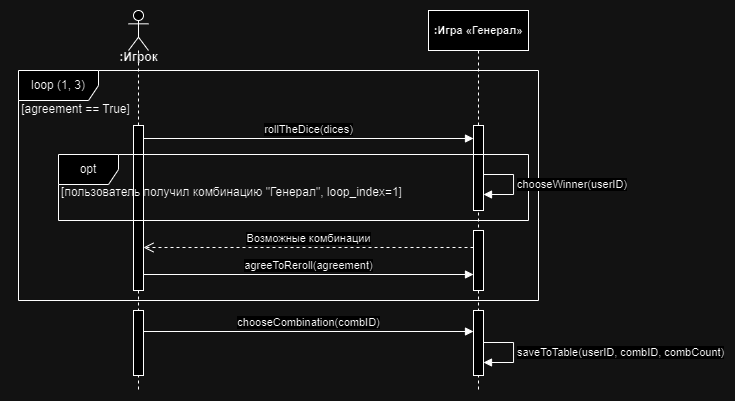
Before: images/lab3.p1.png, a diagram exported from draw.io (Katya-tch/RTIPPO). Source tidied: cells renumbered, new cells last; positions are measured from the earlier drawing's top-left corner, leaving out a move shared by most shapes.
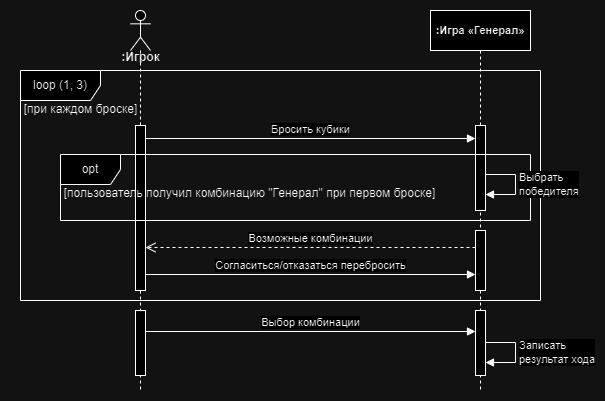
After the change.

The edit, as a diff of the source:
```diff
@@ -20,7 +20,7 @@
     <mxCell id="7" style="html=1;perimeter=orthogonalPerimeter;targetShapes=umlLifeline;newEdgeStyle={&quot;curved&quot;:0,&quot;rounded&quot;:0};" parent="5" vertex="1">
       <mxGeometry x="45" y="300" width="10" height="65" as="geometry" />
     </mxCell>
-    <mxCell id="8" value="saveToTable(userID, combID, combCount)" style="html=1;align=left;spacingLeft=2;endArrow=block;rounded=0;edgeStyle=orthogonalEdgeStyle;curved=0;rounded=0;" parent="5" edge="1">
+    <mxCell id="8" value="Записать&lt;br&gt;результат хода" style="html=1;align=left;spacingLeft=2;endArrow=block;rounded=0;edgeStyle=orthogonalEdgeStyle;curved=0;rounded=0;" parent="5" edge="1">
       <mxGeometry relative="1" as="geometry">
         <mxPoint x="55" y="332" as="sourcePoint" />
         <mxPoint x="55" y="352" as="targetPoint" />
@@ -30,7 +30,7 @@
         </Array>
       </mxGeometry>
     </mxCell>
-    <mxCell id="9" value="&lt;div&gt;rollTheDice(dices)&lt;/div&gt;" style="html=1;verticalAlign=bottom;endArrow=block;curved=0;rounded=0;" parent="1" edge="1">
+    <mxCell id="9" value="&lt;div&gt;Бросить кубики&lt;/div&gt;" style="html=1;verticalAlign=bottom;endArrow=block;curved=0;rounded=0;" parent="1" edge="1">
       <mxGeometry relative="1" as="geometry">
         <mxPoint x="133" y="128" as="sourcePoint" />
         <mxPoint x="463" y="128" as="targetPoint" />
@@ -45,7 +45,7 @@
         <mxPoint x="133" y="237" as="targetPoint" />
       </mxGeometry>
     </mxCell>
-    <mxCell id="12" value="&lt;div&gt;chooseCombination(combID)&lt;/div&gt;" style="html=1;verticalAlign=bottom;endArrow=block;curved=0;rounded=0;" parent="1" edge="1">
+    <mxCell id="12" value="&lt;div&gt;Выбор комбинации&lt;/div&gt;" style="html=1;verticalAlign=bottom;endArrow=block;curved=0;rounded=0;" parent="1" edge="1">
       <mxGeometry relative="1" as="geometry">
         <mxPoint x="133" y="321" as="sourcePoint" />
         <mxPoint x="463" y="321" as="targetPoint" />
@@ -57,10 +57,10 @@
     <mxCell id="14" value="opt" style="shape=umlFrame;whiteSpace=wrap;html=1;" parent="1" vertex="1">
       <mxGeometry x="48" y="144" width="470" height="66" as="geometry" />
     </mxCell>
-    <mxCell id="15" value="[пользователь получил комбинацию &quot;Генерал&quot;, loop_index=1]" style="text;html=1;align=center;verticalAlign=middle;strokeColor=none;fillColor=none;" parent="1" vertex="1">
-      <mxGeometry x="41" y="167" width="360" height="30" as="geometry" />
+    <mxCell id="15" value="[пользователь получил комбинацию &quot;Генерал&quot; при первом броске]" style="text;html=1;align=center;verticalAlign=middle;strokeColor=none;fillColor=none;" parent="1" vertex="1">
+      <mxGeometry x="37" y="168" width="400" height="30" as="geometry" />
     </mxCell>
-    <mxCell id="16" value="chooseWinner(userID)" style="html=1;align=left;spacingLeft=2;endArrow=block;rounded=0;edgeStyle=orthogonalEdgeStyle;curved=0;rounded=0;" parent="1" edge="1">
+    <mxCell id="16" value="Выбрать&lt;br&gt;победителя" style="html=1;align=left;spacingLeft=2;endArrow=block;rounded=0;edgeStyle=orthogonalEdgeStyle;curved=0;rounded=0;" parent="1" edge="1">
       <mxGeometry relative="1" as="geometry">
         <mxPoint x="473" y="164" as="sourcePoint" />
         <mxPoint x="473" y="184" as="targetPoint" />
@@ -73,14 +73,14 @@
     <mxCell id="17" style="html=1;perimeter=orthogonalPerimeter;targetShapes=umlLifeline;newEdgeStyle={&quot;curved&quot;:0,&quot;rounded&quot;:0};" parent="1" vertex="1">
       <mxGeometry x="463" y="220" width="10" height="60" as="geometry" />
     </mxCell>
-    <mxCell id="18" value="&lt;div&gt;agreeToReroll(agreement)&lt;/div&gt;" style="html=1;verticalAlign=bottom;endArrow=block;curved=0;rounded=0;" parent="1" edge="1">
+    <mxCell id="18" value="&lt;div&gt;Согласиться/отказаться перебросить&lt;/div&gt;" style="html=1;verticalAlign=bottom;endArrow=block;curved=0;rounded=0;" parent="1" edge="1">
       <mxGeometry relative="1" as="geometry">
         <mxPoint x="133" y="264" as="sourcePoint" />
         <mxPoint x="463" y="264" as="targetPoint" />
       </mxGeometry>
     </mxCell>
-    <mxCell id="19" value="[agreement == True]" style="text;html=1;align=center;verticalAlign=middle;strokeColor=none;fillColor=none;" parent="1" vertex="1">
-      <mxGeometry y="84" width="130" height="30" as="geometry" />
+    <mxCell id="19" value="[при каждом броске]" style="text;html=1;align=center;verticalAlign=middle;strokeColor=none;fillColor=none;" parent="1" vertex="1">
+      <mxGeometry x="-2" y="84" width="140" height="30" as="geometry" />
     </mxCell>
   </root>
 </mxGraphModel>
```
